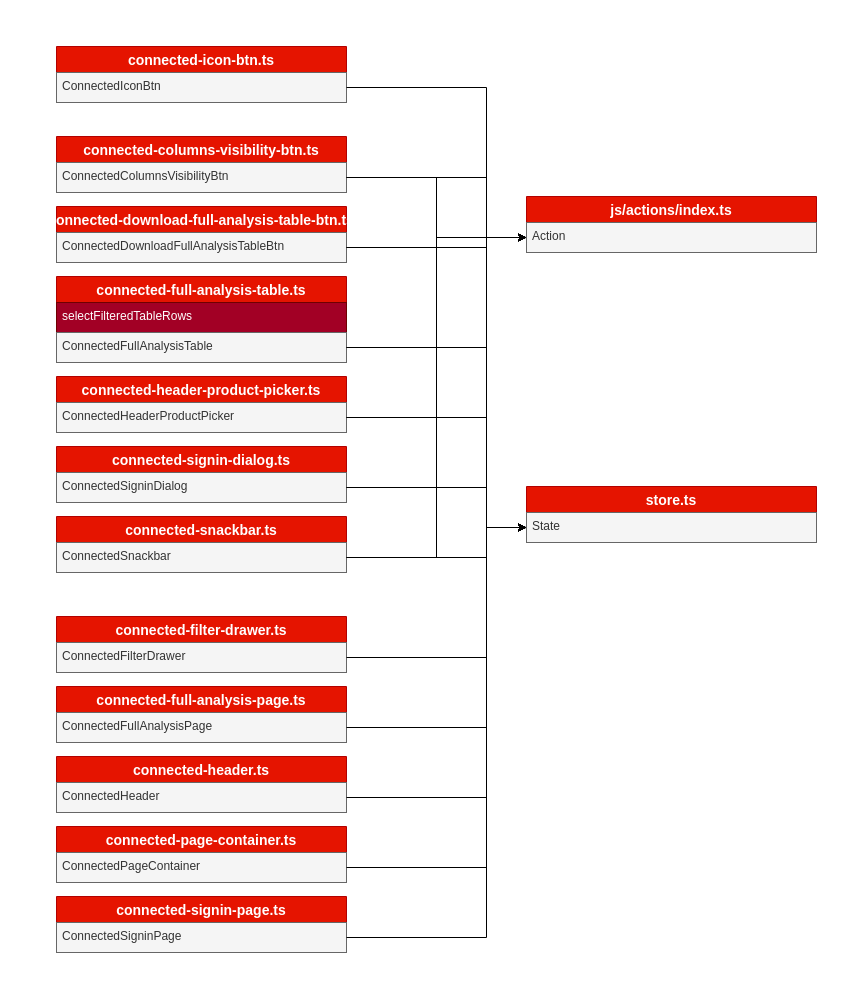
Above: extend_maplabo.drawio in prangk/cat (draw.io), before the change. Source tidied: cells renumbered, new cells numbered last; positions are measured from the earlier drawing's top-left corner, leaving out a move shared by most shapes. Both pictures are drawn from the tidied source at 100%, with x=0, y=0 at pixel (56, 46).
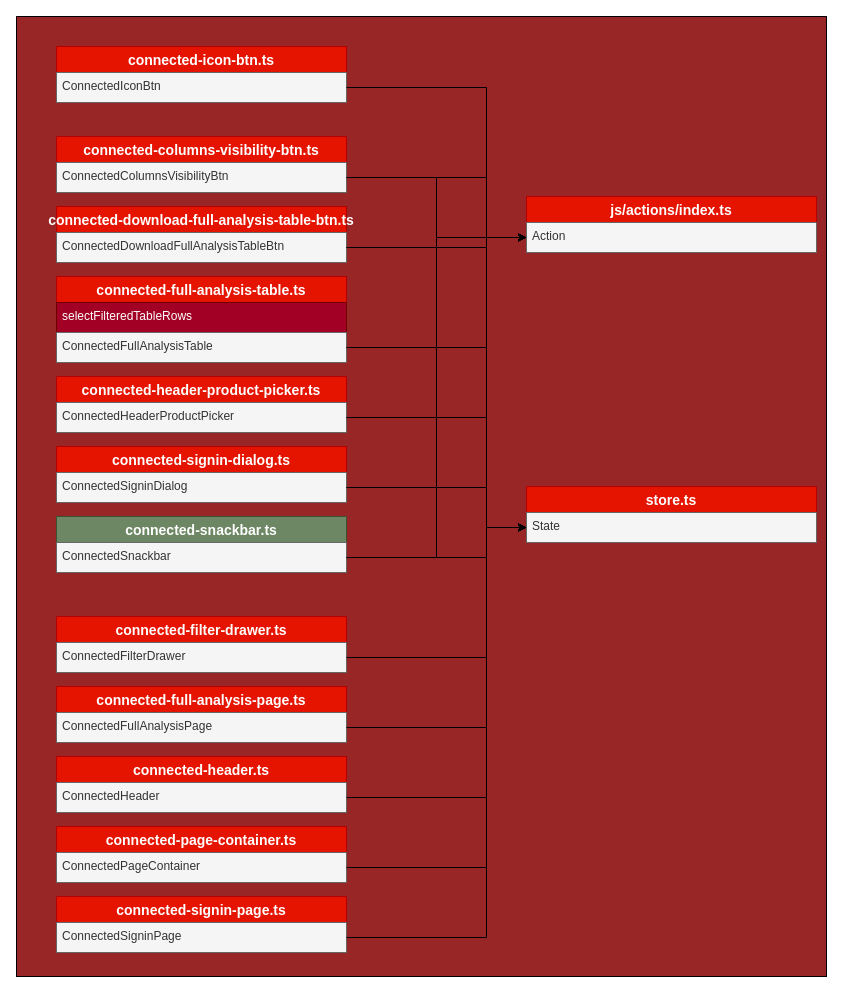
The same diagram, later.

Diff of the diagram source:
```diff
@@
+    <mxCell id="49" style="rounded=0;whiteSpace=wrap;html=1;fillColor=#992626;" parent="1" vertex="1">
+      <mxGeometry x="-40" y="-30" width="810" height="960" as="geometry" />
+    </mxCell>
@@
-    <mxCell id="25" value="connected-snackbar.ts" style="swimlane;fontStyle=1;horizontal=1;startSize=26;align=center;fontSize=14;fillColor=#e51400;strokeColor=#B20000;fontColor=#ffffff;" parent="1" vertex="1">
+    <mxCell id="25" value="connected-snackbar.ts" style="swimlane;fontStyle=1;horizontal=1;startSize=26;align=center;fontSize=14;fillColor=#6d8764;strokeColor=#3A5431;fontColor=#ffffff;" parent="1" vertex="1">
       <mxGeometry y="470" width="290" height="56" as="geometry" />
     </mxCell>
```
